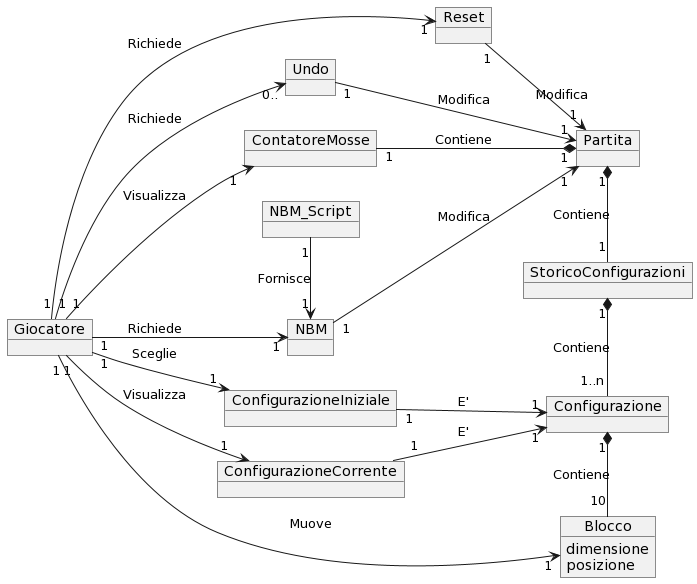
This is resources/img/diagrams/DomainModel.png from bellins14/klotski_gruppo2, a PlantUML export, as it was before one commit.
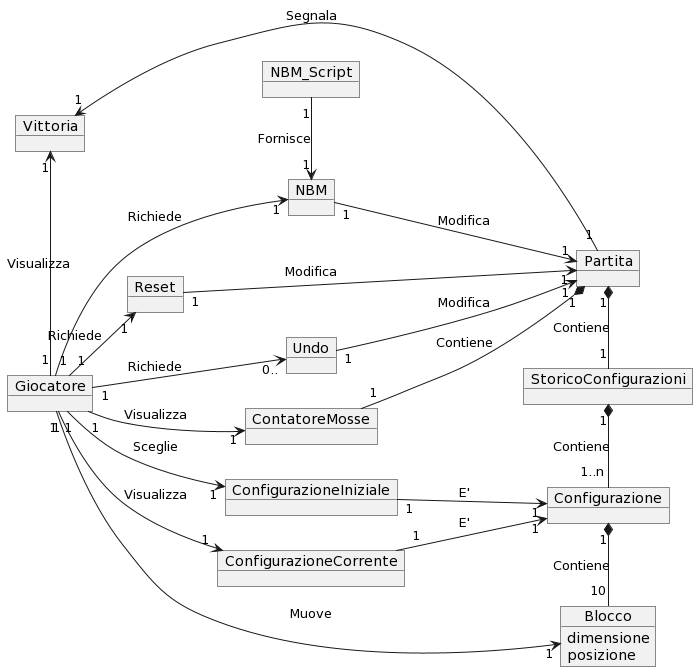
Later version of the same file.

The edit, as a diff of the source:
```diff
@@ -17,6 +17,7 @@
 object ConfigurazioneIniziale
 object ConfigurazioneCorrente
 object ContatoreMosse
+object Vittoria
 
 Giocatore "1" --> "1" ConfigurazioneIniziale : Sceglie
 
@@ -36,7 +37,11 @@
 
 NBM_Script "1" -right-> "1" NBM : \nFornisce\n
 
-Giocatore "1" --> "1" Reset : Richiede
+Giocatore "1" -right-> "1" Reset : Richiede
+
+Giocatore "1" -left-> "1" Vittoria : Visualizza
+
+Partita "1" --> "1" Vittoria : Segnala
 
 Giocatore "1" --> "0.." Undo : Richiede
 
```
